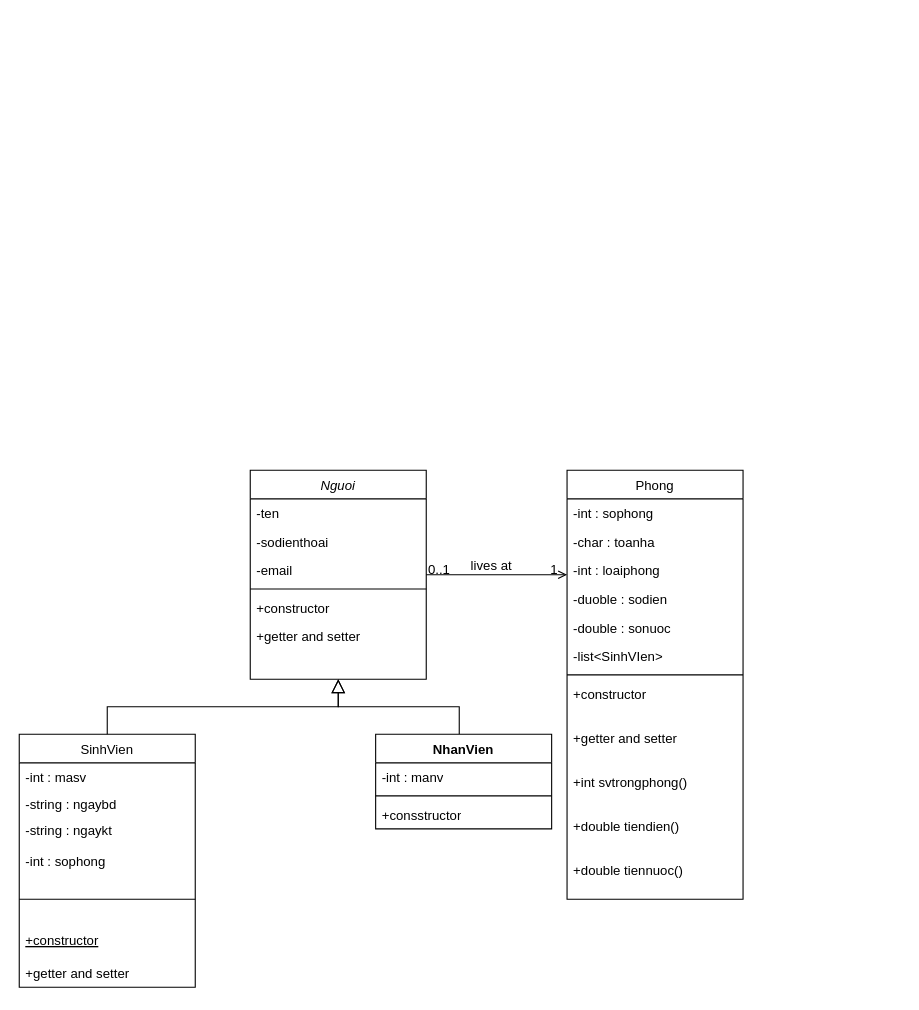
The draw.io diagram Untitled Diagram.drawio in MinhDucoder/QuanLiKTX, before the edit. Source tidied: cells renumbered, new cells numbered last; positions are measured from the earlier drawing's top-left corner, leaving out a move shared by most shapes. Both pictures are drawn from the tidied source at 110%, with x=0, y=0 at pixel (19, 470).
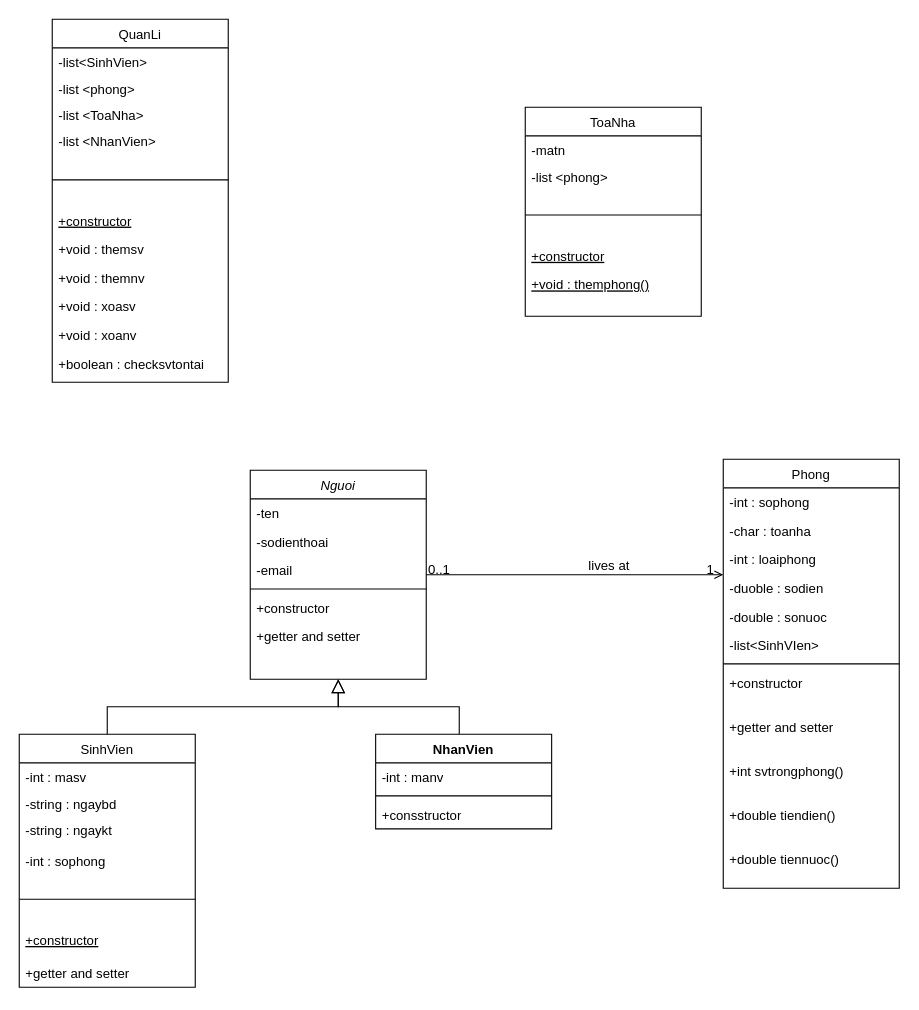
After the change.

The edit, as a diff of the source:
```diff
@@
     <mxCell id="20" value="Phong" style="swimlane;fontStyle=0;align=center;verticalAlign=top;horizontal=1;startSize=26;rounded=0;shadow=0;strokeWidth=1;" parent="1" vertex="1">
-      <mxGeometry x="498" width="160" height="390" as="geometry" />
+      <mxGeometry x="640" y="-10" width="160" height="390" as="geometry" />
     </mxCell>
@@
+    <mxCell id="41" value="ToaNha" style="swimlane;fontStyle=0;align=center;verticalAlign=top;horizontal=1;startSize=26;rounded=0;shadow=0;strokeWidth=1;" parent="1" vertex="1">
+      <mxGeometry x="460" y="-330" width="160" height="190" as="geometry" />
+    </mxCell>
+    <mxCell id="42" value="-matn&#10;" style="text;align=left;verticalAlign=top;spacingLeft=4;spacingRight=4;overflow=hidden;" parent="41" vertex="1">
+      <mxGeometry y="26" width="160" height="24" as="geometry" />
+    </mxCell>
+    <mxCell id="43" value="-list &lt;phong&gt;" style="text;align=left;verticalAlign=top;spacingLeft=4;spacingRight=4;overflow=hidden;" parent="41" vertex="1">
+      <mxGeometry y="50" width="160" height="24" as="geometry" />
+    </mxCell>
+    <mxCell id="44" style="line;html=1;strokeWidth=1;align=left;verticalAlign=middle;spacingTop=-1;spacingLeft=3;spacingRight=3;labelPosition=right;" parent="41" vertex="1">
+      <mxGeometry y="74" width="160" height="48" as="geometry" />
+    </mxCell>
+    <mxCell id="45" value="+constructor" style="text;align=left;verticalAlign=top;spacingLeft=4;spacingRight=4;overflow=hidden;fontStyle=4;" parent="41" vertex="1">
+      <mxGeometry y="122" width="160" height="26" as="geometry" />
+    </mxCell>
+    <mxCell id="46" value="+void : themphong()" style="text;align=left;verticalAlign=top;spacingLeft=4;spacingRight=4;overflow=hidden;fontStyle=4;" parent="41" vertex="1">
+      <mxGeometry y="148" width="160" height="26" as="geometry" />
+    </mxCell>
+    <mxCell id="47" value="QuanLi" style="swimlane;fontStyle=0;align=center;verticalAlign=top;horizontal=1;startSize=26;rounded=0;shadow=0;strokeWidth=1;" parent="1" vertex="1">
+      <mxGeometry x="30" y="-410" width="160" height="330" as="geometry" />
+    </mxCell>
+    <mxCell id="48" value="-list&lt;SinhVien&gt;" style="text;align=left;verticalAlign=top;spacingLeft=4;spacingRight=4;overflow=hidden;" parent="47" vertex="1">
+      <mxGeometry y="26" width="160" height="24" as="geometry" />
+    </mxCell>
+    <mxCell id="49" value="-list &lt;phong&gt;" style="text;align=left;verticalAlign=top;spacingLeft=4;spacingRight=4;overflow=hidden;" parent="47" vertex="1">
+      <mxGeometry y="50" width="160" height="24" as="geometry" />
+    </mxCell>
+    <mxCell id="50" value="-list &lt;ToaNha&gt;" style="text;align=left;verticalAlign=top;spacingLeft=4;spacingRight=4;overflow=hidden;" parent="47" vertex="1">
+      <mxGeometry y="74" width="160" height="24" as="geometry" />
+    </mxCell>
+    <mxCell id="51" value="-list &lt;NhanVien&gt;" style="text;align=left;verticalAlign=top;spacingLeft=4;spacingRight=4;overflow=hidden;" parent="47" vertex="1">
+      <mxGeometry y="98" width="160" height="24" as="geometry" />
+    </mxCell>
+    <mxCell id="52" style="line;html=1;strokeWidth=1;align=left;verticalAlign=middle;spacingTop=-1;spacingLeft=3;spacingRight=3;labelPosition=right;" parent="47" vertex="1">
+      <mxGeometry y="122" width="160" height="48" as="geometry" />
+    </mxCell>
+    <mxCell id="53" value="+constructor" style="text;align=left;verticalAlign=top;spacingLeft=4;spacingRight=4;overflow=hidden;fontStyle=4;" parent="47" vertex="1">
+      <mxGeometry y="170" width="160" height="26" as="geometry" />
+    </mxCell>
+    <mxCell id="54" value="+void : themsv" style="text;align=left;verticalAlign=top;spacingLeft=4;spacingRight=4;overflow=hidden;" parent="47" vertex="1">
+      <mxGeometry y="196" width="160" height="26" as="geometry" />
+    </mxCell>
+    <mxCell id="55" value="+void : themnv" style="text;align=left;verticalAlign=top;spacingLeft=4;spacingRight=4;overflow=hidden;" parent="47" vertex="1">
+      <mxGeometry y="222" width="160" height="26" as="geometry" />
+    </mxCell>
+    <mxCell id="56" value="+void : xoasv" style="text;align=left;verticalAlign=top;spacingLeft=4;spacingRight=4;overflow=hidden;" parent="47" vertex="1">
+      <mxGeometry y="248" width="160" height="26" as="geometry" />
+    </mxCell>
+    <mxCell id="57" value="+void : xoanv" style="text;align=left;verticalAlign=top;spacingLeft=4;spacingRight=4;overflow=hidden;" parent="47" vertex="1">
+      <mxGeometry y="274" width="160" height="26" as="geometry" />
+    </mxCell>
+    <mxCell id="58" value="+boolean : checksvtontai" style="text;align=left;verticalAlign=top;spacingLeft=4;spacingRight=4;overflow=hidden;" parent="47" vertex="1">
+      <mxGeometry y="300" width="160" height="26" as="geometry" />
+    </mxCell>
```
